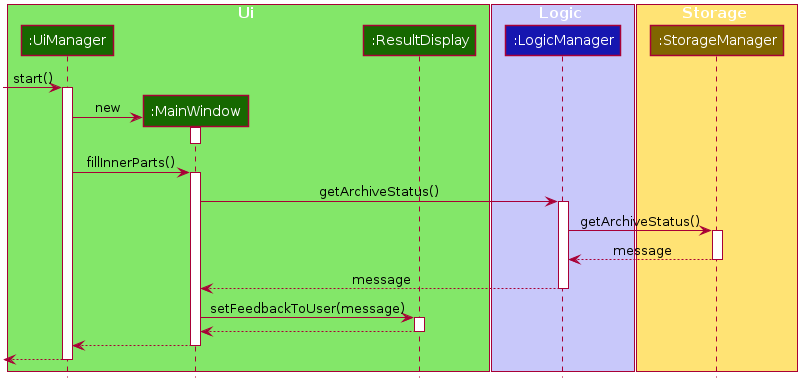
Above: docs/images/ArchiveStatusDiagram.png in xz0127/tp (PlantUML), before the change.
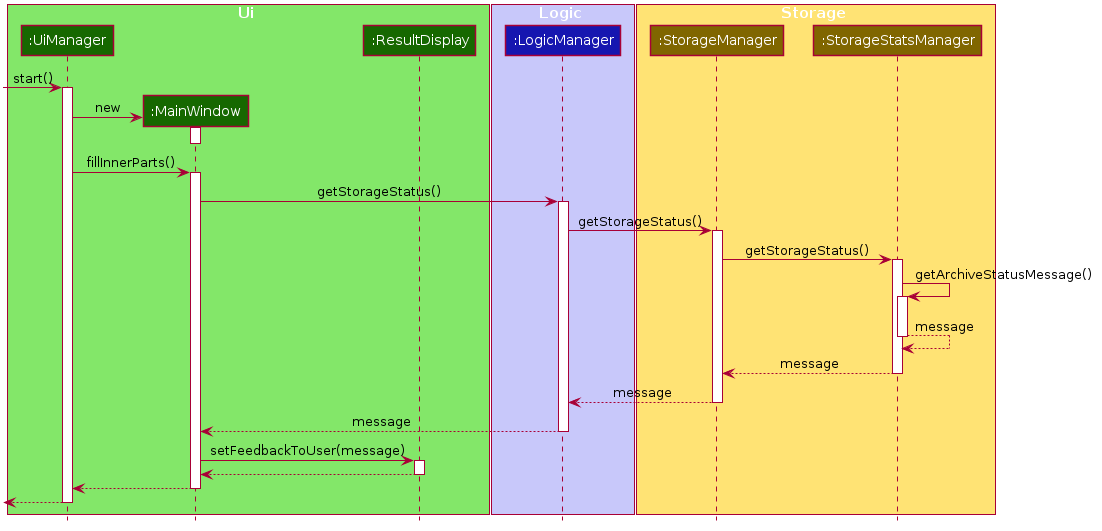
After the commit.

Change to the diagram source:
```diff
@@ -60,6 +60,7 @@
 
 box Storage #FFE374
 participant ":StorageManager" as StorageManager #806600
+participant ":StorageStatsManager" as StorageStatsManager #806600
 end box
 
 [-> UiManager : start()
@@ -75,11 +76,23 @@
 UiManager -> MainWindow : fillInnerParts()
 activate MainWindow
 
-MainWindow -> LogicManager : getArchiveStatus()
+MainWindow -> LogicManager : getStorageStatus()
 activate LogicManager
 
-LogicManager -> StorageManager : getArchiveStatus()
+LogicManager -> StorageManager : getStorageStatus()
 activate StorageManager
+
+StorageManager -> StorageStatsManager : getStorageStatus()
+activate StorageStatsManager
+
+StorageStatsManager -> StorageStatsManager : getArchiveStatusMessage()
+activate StorageStatsManager
+
+StorageStatsManager --> StorageStatsManager : message
+deactivate StorageStatsManager
+
+StorageStatsManager --> StorageManager : message
+deactivate StorageStatsManager
 
 StorageManager --> LogicManager : message
 deactivate StorageManager
```
